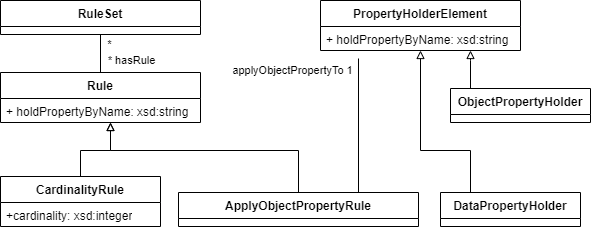
Before: txt/fig/klassendiagramm_ontologie_rules.drawio.png, a diagram exported from draw.io (rossizero/masterarbeit). Source tidied: cells renumbered, new cells last; positions are measured from the earlier drawing's top-left corner, leaving out a move shared by most shapes.
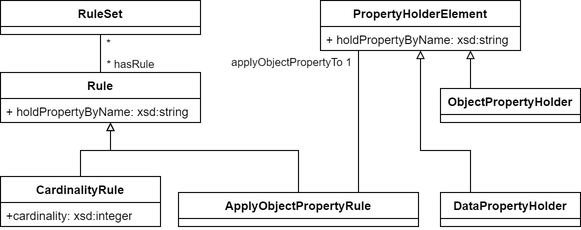
Later version of the same file.

The edit, as a diff of the source:
```diff
@@ -16,11 +16,11 @@
         </Array>
       </mxGeometry>
     </mxCell>
-    <mxCell id="5" style="edgeStyle=orthogonalEdgeStyle;rounded=0;jettySize=auto;html=1;exitX=0.75;exitY=0;exitDx=0;exitDy=0;endArrow=none;endFill=0;" parent="1" edge="1" source="7">
+    <mxCell id="5" style="edgeStyle=orthogonalEdgeStyle;rounded=0;jettySize=auto;html=1;exitX=0.75;exitY=0;exitDx=0;exitDy=0;endArrow=none;endFill=0;" parent="1" edge="1" source="7" target="11">
       <mxGeometry relative="1" as="geometry">
-        <mxPoint x="358" y="58" as="targetPoint" />
         <Array as="points">
-          <mxPoint x="358" y="58" />
+          <mxPoint x="358" y="50" />
+          <mxPoint x="358" y="50" />
         </Array>
       </mxGeometry>
     </mxCell>
@@ -72,19 +72,19 @@
       </mxGeometry>
     </mxCell>
     <mxCell id="16" value="ObjectPropertyHolder" style="swimlane;fontStyle=1;align=center;verticalAlign=top;horizontal=1;startSize=26;whiteSpace=wrap;html=1;" parent="1" vertex="1">
-      <mxGeometry x="450" y="88" width="140" height="34" as="geometry" />
+      <mxGeometry x="440" y="88" width="140" height="34" as="geometry" />
     </mxCell>
     <mxCell id="17" style="edgeStyle=orthogonalEdgeStyle;rounded=0;jettySize=auto;html=1;entryX=0.5;entryY=0;entryDx=0;entryDy=0;endArrow=none;endFill=0;" parent="1" edge="1" source="20" target="2">
       <mxGeometry relative="1" as="geometry" />
     </mxCell>
     <mxCell id="18" value="*" style="edgeLabel;html=1;align=center;verticalAlign=middle;" parent="17" vertex="1">
       <mxGeometry x="-0.89" y="1" relative="1" as="geometry">
-        <mxPoint x="7" y="7" as="offset" />
+        <mxPoint x="7" y="6" as="offset" />
       </mxGeometry>
     </mxCell>
     <mxCell id="19" value="* hasRule" style="edgeLabel;html=1;align=center;verticalAlign=middle;" parent="17" vertex="1">
       <mxGeometry x="0.43" y="2" relative="1" as="geometry">
-        <mxPoint x="28" y="-1" as="offset" />
+        <mxPoint x="28" y="3" as="offset" />
       </mxGeometry>
     </mxCell>
     <mxCell id="20" value="RuleSet" style="swimlane;fontStyle=1;align=center;verticalAlign=top;horizontal=1;startSize=26;whiteSpace=wrap;html=1;" parent="1" vertex="1">
```
